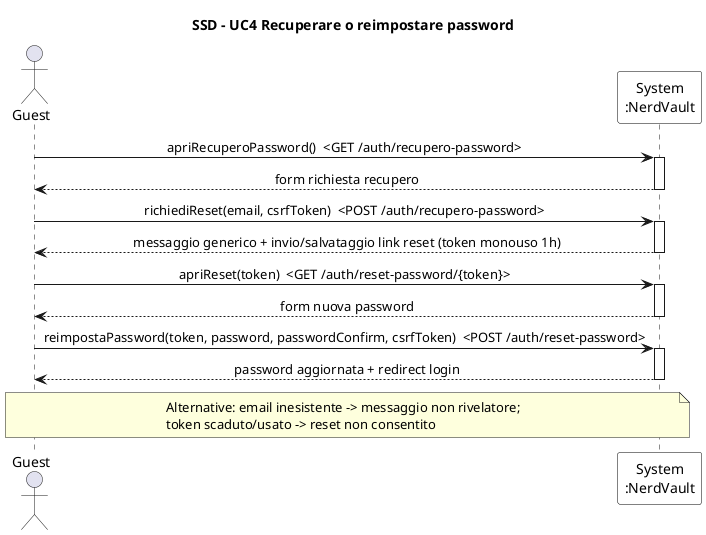
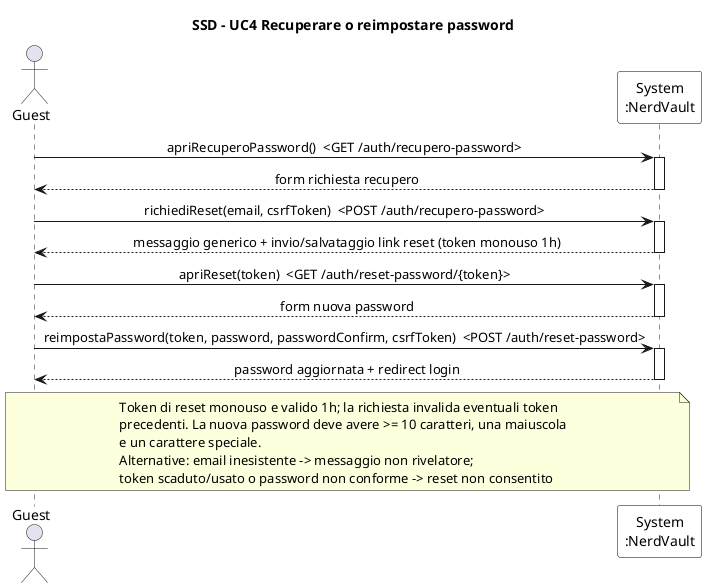
@startuml SSD_UC4_RecuperoPassword
' System Sequence Diagram - UC4 Recuperare o reimpostare password
title SSD - UC4 Recuperare o reimpostare password

skinparam sequenceMessageAlign center
skinparam participant {
  BorderColor black
  BackgroundColor white
}

actor "Guest" as U
participant "System\n:NerdVault" as S

U -> S : apriRecuperoPassword()  <GET /auth/recupero-password>
activate S
S --> U : form richiesta recupero
deactivate S

U -> S : richiediReset(email, csrfToken)  <POST /auth/recupero-password>
activate S
S --> U : messaggio generico + invio/salvataggio link reset (token monouso 1h)
deactivate S

U -> S : apriReset(token)  <GET /auth/reset-password/{token}>
activate S
S --> U : form nuova password
deactivate S

U -> S : reimpostaPassword(token, password, passwordConfirm, csrfToken)  <POST /auth/reset-password>
activate S
S --> U : password aggiornata + redirect login
deactivate S

note over U, S
+   Token di reset monouso e valido 1h; la richiesta invalida eventuali token
+   precedenti. La nuova password deve avere >= 10 caratteri, una maiuscola
+   e un carattere speciale.
  Alternative: email inesistente -> messaggio non rivelatore;
-   token scaduto/usato -> reset non consentito
+   token scaduto/usato o password non conforme -> reset non consentito
end note
@enduml
